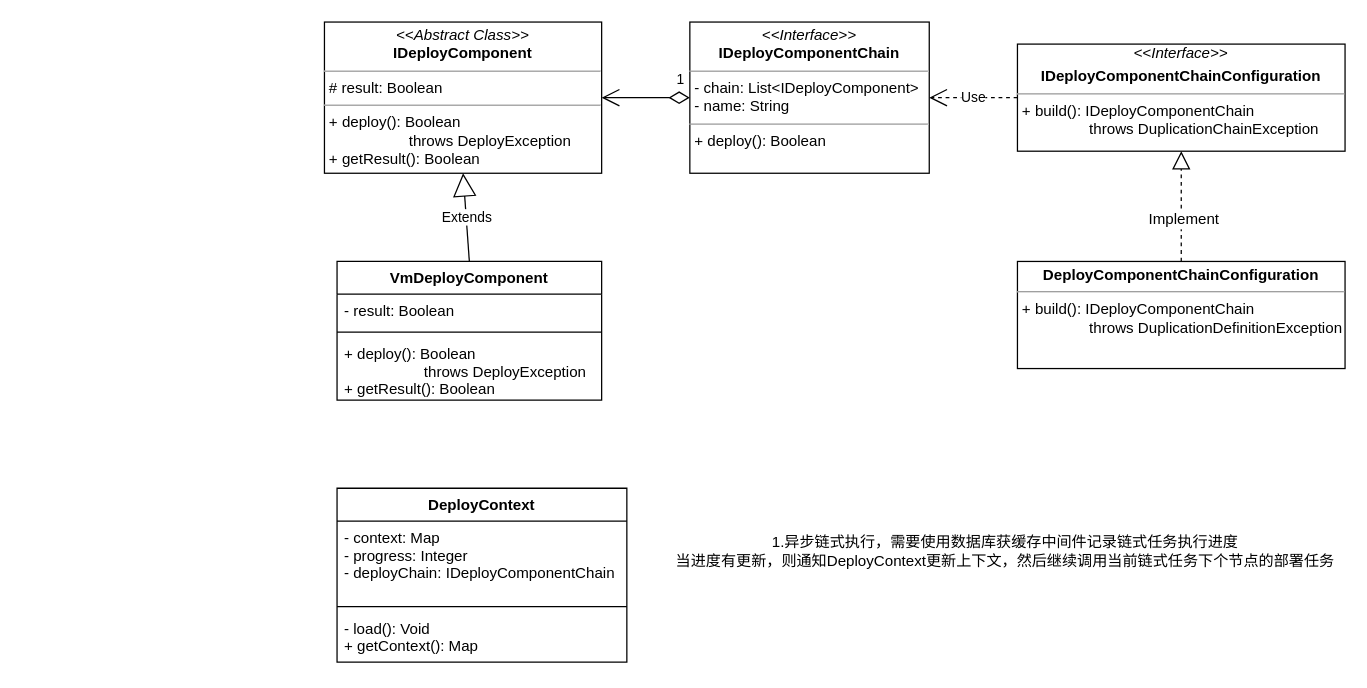
Before: SAAS自动部署.drawio in iceAcmen/myDesign, a draw.io diagram. Source tidied: cells renumbered, new cells numbered last; positions are measured from the earlier drawing's top-left corner, leaving out a move shared by most shapes. Both pictures are drawn from the tidied source at 126%, with x=0, y=0 at pixel (324, 21).
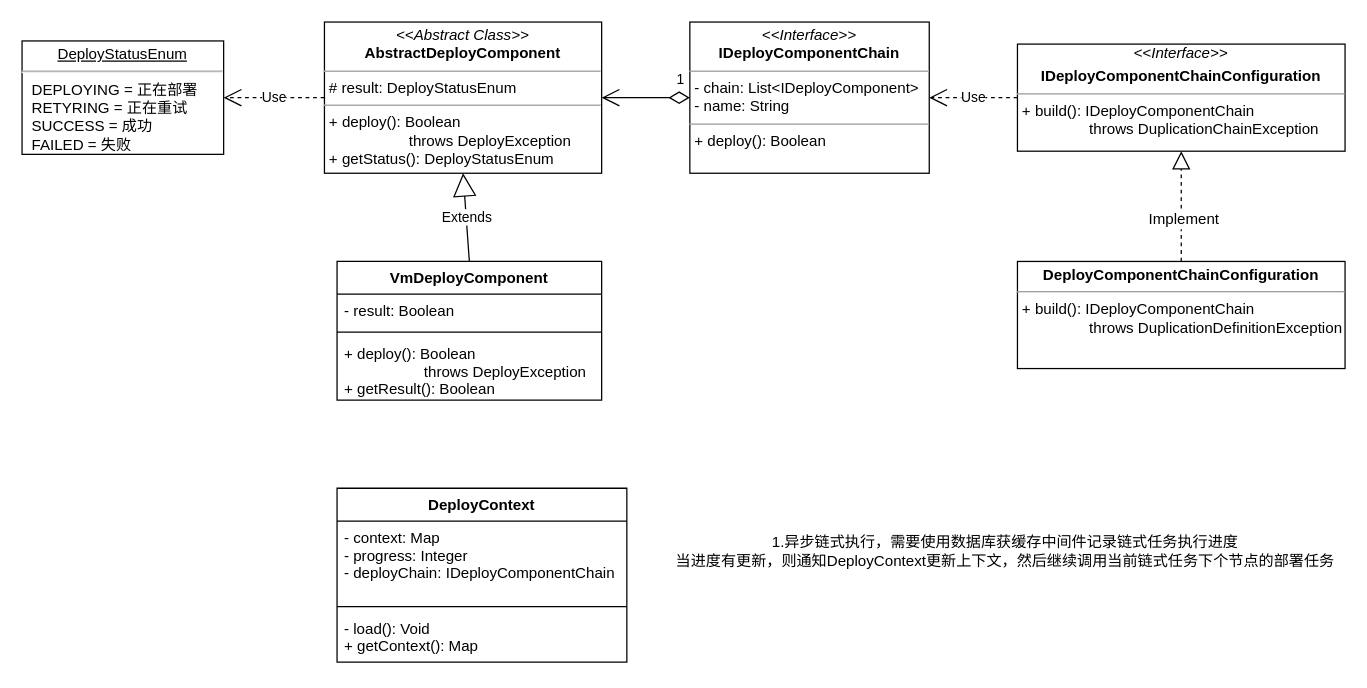
After the change.

Commit message:
更新SAAS自动部署.drawio

Diff of the diagram source:
```diff
@@
-    <mxCell id="2" value="&lt;p style=&quot;margin: 0px ; margin-top: 4px ; text-align: center&quot;&gt;&lt;i&gt;&amp;lt;&amp;lt;Abstract Class&amp;gt;&amp;gt;&lt;/i&gt;&lt;br&gt;&lt;b&gt;IDeployComponent&lt;/b&gt;&lt;br&gt;&lt;/p&gt;&lt;hr size=&quot;1&quot;&gt;&lt;p style=&quot;margin: 0px ; margin-left: 4px&quot;&gt;# result: Boolean&lt;br&gt;&lt;/p&gt;&lt;hr size=&quot;1&quot;&gt;&lt;p style=&quot;margin: 0px ; margin-left: 4px&quot;&gt;+ deploy(): Boolean&lt;/p&gt;&lt;p style=&quot;margin: 0px ; margin-left: 4px&quot;&gt;&amp;nbsp; &amp;nbsp; &amp;nbsp; &amp;nbsp; &amp;nbsp; &amp;nbsp; &amp;nbsp; &amp;nbsp; &amp;nbsp; &amp;nbsp;throws DeployException&lt;/p&gt;&lt;p style=&quot;margin: 0px ; margin-left: 4px&quot;&gt;+ getResult(): Boolean&lt;/p&gt;" style="verticalAlign=top;align=left;overflow=fill;fontSize=12;fontFamily=Helvetica;html=1;" parent="1" vertex="1">
+    <mxCell id="2" value="&lt;p style=&quot;margin: 0px ; margin-top: 4px ; text-align: center&quot;&gt;&lt;i&gt;&amp;lt;&amp;lt;Abstract Class&amp;gt;&amp;gt;&lt;/i&gt;&lt;br&gt;&lt;b&gt;AbstractDeployComponent&lt;/b&gt;&lt;br&gt;&lt;/p&gt;&lt;hr size=&quot;1&quot;&gt;&lt;p style=&quot;margin: 0px ; margin-left: 4px&quot;&gt;# result: DeployStatusEnum&lt;br&gt;&lt;/p&gt;&lt;hr size=&quot;1&quot;&gt;&lt;p style=&quot;margin: 0px ; margin-left: 4px&quot;&gt;+ deploy(): Boolean&lt;/p&gt;&lt;p style=&quot;margin: 0px ; margin-left: 4px&quot;&gt;&amp;nbsp; &amp;nbsp; &amp;nbsp; &amp;nbsp; &amp;nbsp; &amp;nbsp; &amp;nbsp; &amp;nbsp; &amp;nbsp; &amp;nbsp;throws DeployException&lt;/p&gt;&lt;p style=&quot;margin: 0px ; margin-left: 4px&quot;&gt;+ getStatus(): DeployStatusEnum&lt;/p&gt;" style="verticalAlign=top;align=left;overflow=fill;fontSize=12;fontFamily=Helvetica;html=1;" parent="1" vertex="1">
       <mxGeometry width="220" height="120" as="geometry" />
     </mxCell>
@@
+    <mxCell id="20" value="&lt;p style=&quot;margin: 0px ; margin-top: 4px ; text-align: center ; text-decoration: underline&quot;&gt;&lt;span style=&quot;text-align: left&quot;&gt;DeployStatusEnum&lt;/span&gt;&lt;br&gt;&lt;/p&gt;&lt;hr&gt;&lt;p style=&quot;margin: 0px ; margin-left: 8px&quot;&gt;DEPLOYING =&amp;nbsp;正在部署&lt;br&gt;RETYRING =&amp;nbsp;正在重试&lt;br&gt;SUCCESS =&amp;nbsp;成功&lt;/p&gt;&lt;p style=&quot;margin: 0px ; margin-left: 8px&quot;&gt;FAILED =&amp;nbsp;失败&lt;br&gt;&lt;/p&gt;" style="verticalAlign=top;align=left;overflow=fill;fontSize=12;fontFamily=Helvetica;html=1;" parent="1" vertex="1">
+      <mxGeometry x="-240" y="15" width="160" height="90" as="geometry" />
+    </mxCell>
+    <mxCell id="21" value="Use" style="endArrow=open;endSize=12;dashed=1;html=1;fontColor=#000000;entryX=1;entryY=0.5;entryDx=0;entryDy=0;" parent="1" edge="1" target="20">
+      <mxGeometry relative="1" as="geometry">
+        <mxPoint y="60" as="sourcePoint" />
+      </mxGeometry>
+    </mxCell>
```
